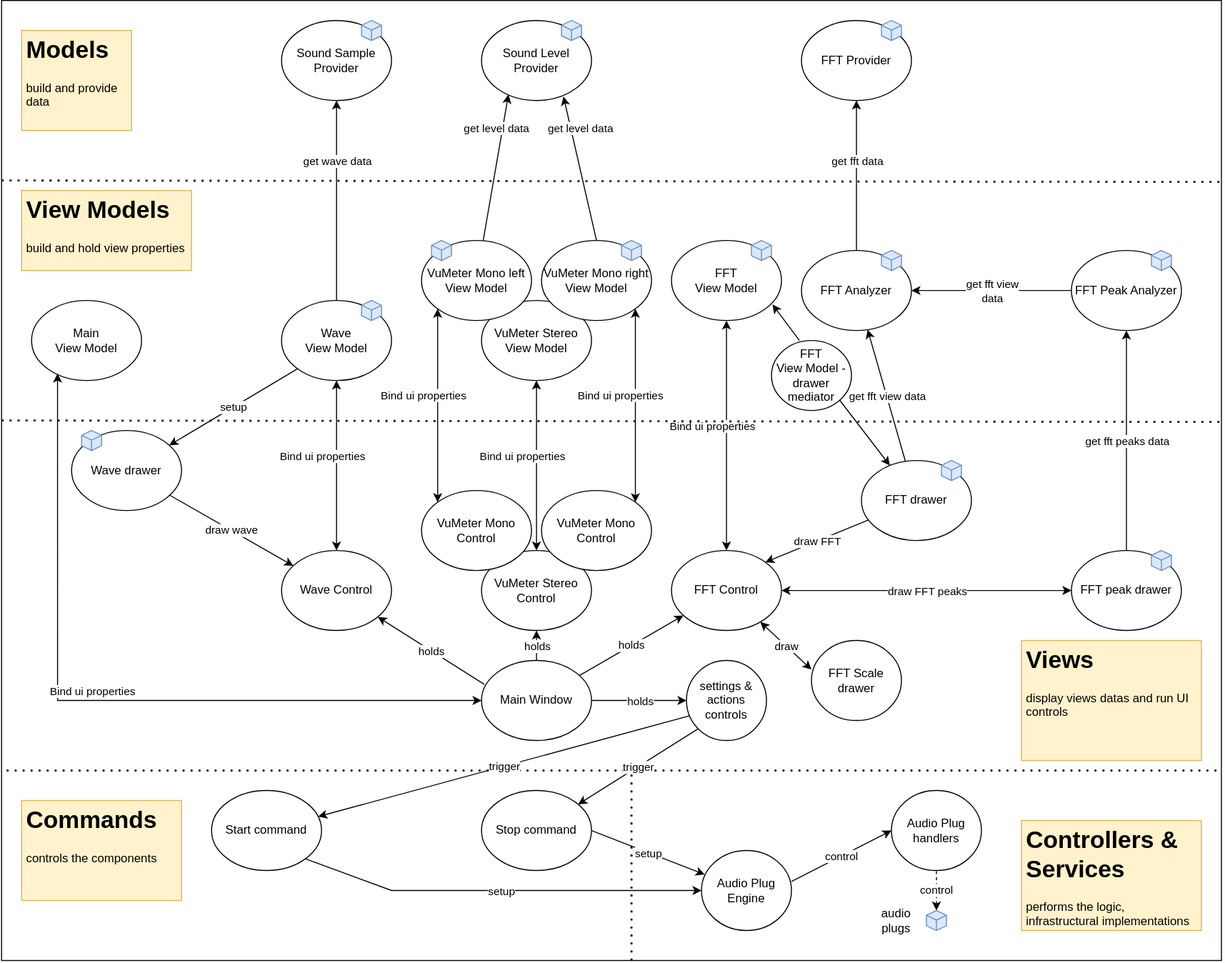
This is Doc/components1.drawio.svg from franck-gaspoz/WindowsAudioSessionSample, a draw.io export, as it was before one commit. Source tidied: cells renumbered, new cells last; positions are measured from the earlier drawing's top-left corner, leaving out a move shared by most shapes.
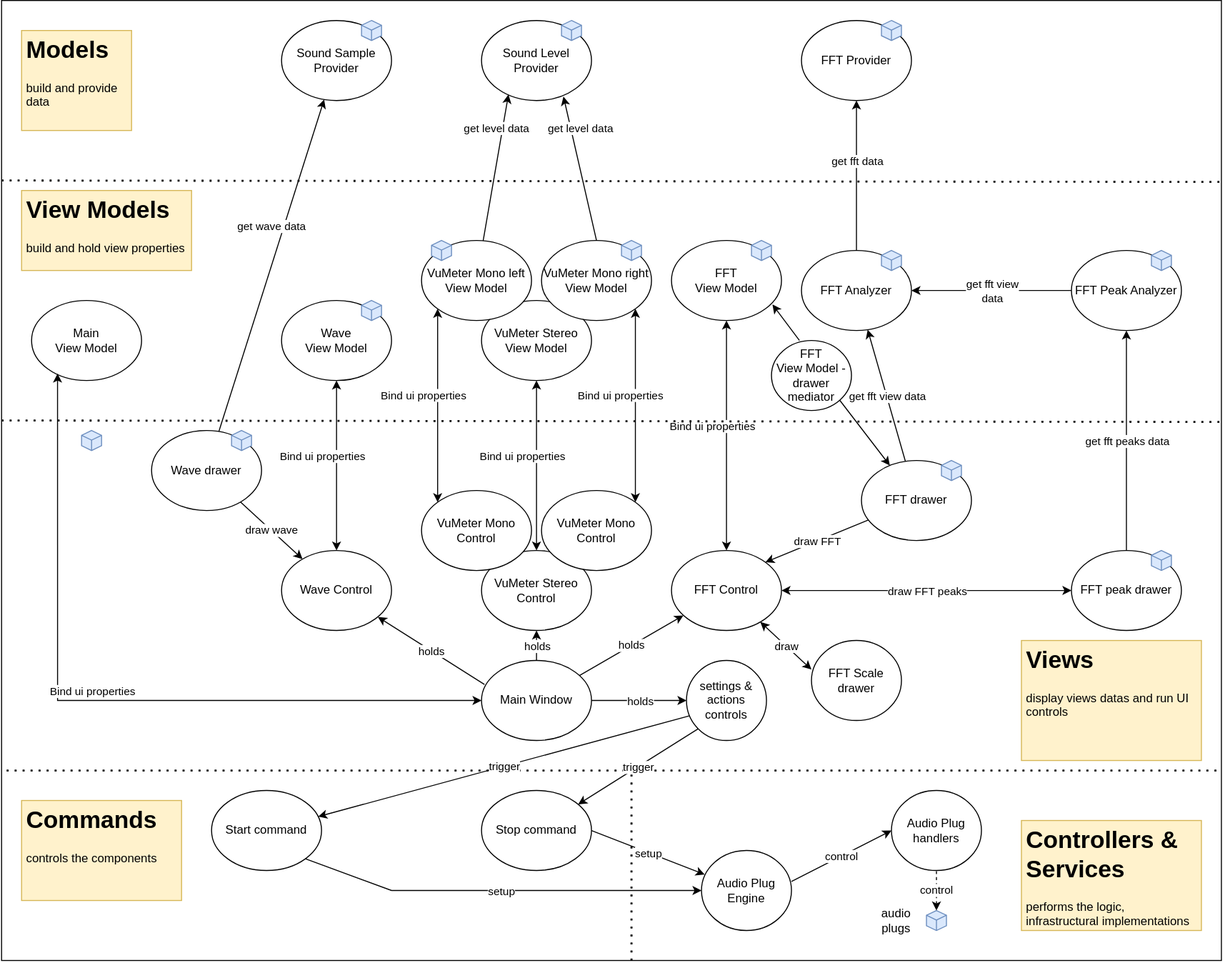
The same file after the commit.

Change to the diagram source:
```diff
@@ -79,7 +79,7 @@
       <mxGeometry x="280" y="550" width="110" height="80" as="geometry" />
     </mxCell>
     <mxCell id="26" value="Wave drawer" style="ellipse;whiteSpace=wrap;html=1;" parent="1" vertex="1">
-      <mxGeometry x="70" y="430" width="110" height="80" as="geometry" />
+      <mxGeometry x="150" y="430" width="110" height="80" as="geometry" />
     </mxCell>
     <mxCell id="27" style="endArrow=classic;html=1;rounded=0;" parent="1" edge="1" source="26" target="25">
       <mxGeometry relative="1" as="geometry" />
@@ -87,7 +87,7 @@
     <mxCell id="28" value="draw wave" style="edgeLabel;html=1;align=center;verticalAlign=middle;" parent="27" vertex="1">
       <mxGeometry relative="1" as="geometry" />
     </mxCell>
-    <mxCell id="29" style="endArrow=classic;html=1;rounded=0;exitX=0.5;exitY=0;exitDx=0;exitDy=0;" parent="1" edge="1" source="24" target="23">
+    <mxCell id="29" style="endArrow=classic;html=1;rounded=0;" parent="1" edge="1" source="26" target="23">
       <mxGeometry relative="1" as="geometry" />
     </mxCell>
     <mxCell id="30" value="get wave data" style="edgeLabel;html=1;align=center;verticalAlign=middle;" parent="29" vertex="1">
@@ -95,12 +95,6 @@
         <mxPoint y="-40" as="offset" />
       </mxGeometry>
     </mxCell>
-    <mxCell id="31" style="endArrow=classic;html=1;rounded=0;exitX=0;exitY=1;exitDx=0;exitDy=0;" parent="1" edge="1" source="24" target="26">
-      <mxGeometry relative="1" as="geometry" />
-    </mxCell>
-    <mxCell id="32" value="setup" style="edgeLabel;html=1;align=center;verticalAlign=middle;" parent="31" vertex="1">
-      <mxGeometry relative="1" as="geometry" />
-    </mxCell>
     <mxCell id="33" style="endArrow=classic;html=1;rounded=0;startArrow=classic;startFill=1;" parent="1" edge="1" source="25" target="24">
       <mxGeometry relative="1" as="geometry" />
     </mxCell>
@@ -365,5 +359,8 @@
     <mxCell id="109" style="whiteSpace=wrap;html=1;shape=mxgraph.basic.isocube;isoAngle=15;fillColor=#dae8fc;strokeColor=#6c8ebf;" parent="1" vertex="1">
       <mxGeometry x="750" y="240" width="20" height="20" as="geometry" />
     </mxCell>
+    <mxCell id="110" style="whiteSpace=wrap;html=1;shape=mxgraph.basic.isocube;isoAngle=15;fillColor=#dae8fc;strokeColor=#6c8ebf;" parent="1" vertex="1">
+      <mxGeometry x="230" y="430" width="20" height="20" as="geometry" />
+    </mxCell>
   </root>
 </mxGraphModel>
```
